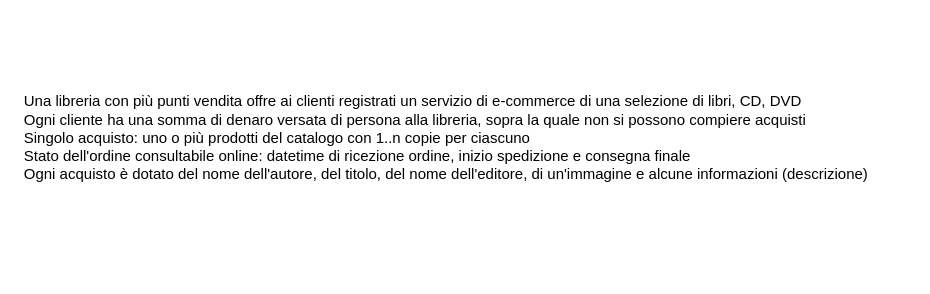
The draw.io diagram UML_ECommerce.drawio in gifede/UML_6_10_2026, before the edit. Source tidied: cells renumbered, new cells numbered last; positions are measured from the earlier drawing's top-left corner, leaving out a move shared by most shapes. Both pictures are drawn from the tidied source at 125%, with x=0, y=0 at pixel (21, 96).
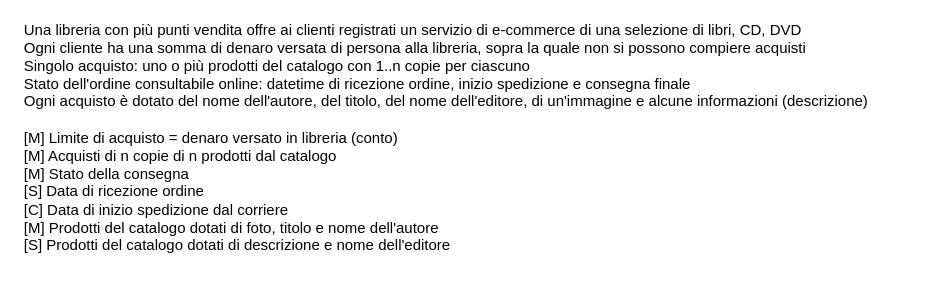
The same page after the edit.

Commit message:
Lista requisiti MoSCoW

Diff of the diagram source:
```diff
@@
 <mxGraphModel>
   <root>
     <mxCell id="0" />
     <mxCell id="1" parent="0" />
-    <mxCell id="2" value="&lt;div align=&quot;left&quot;&gt;Una libreria con più punti vendita offre ai clienti registrati un servizio di e-commerce di una selezione di libri, CD, DVD&lt;/div&gt;&lt;div align=&quot;left&quot;&gt;Ogni cliente ha una somma di denaro versata di persona alla libreria, sopra la quale non si possono compiere acquisti&lt;/div&gt;&lt;div align=&quot;left&quot;&gt;Singolo acquisto: uno o più prodotti del catalogo con 1..n copie per ciascuno&lt;/div&gt;&lt;div align=&quot;left&quot;&gt;Stato dell'ordine consultabile online: datetime di ricezione ordine, inizio spedizione e consegna finale&lt;/div&gt;&lt;div align=&quot;left&quot;&gt;Ogni acquisto è dotato del nome dell'autore, del titolo, del nome dell'editore, di un'immagine e alcune informazioni (descrizione)&lt;/div&gt;&lt;div align=&quot;left&quot;&gt;&lt;br&gt;&lt;/div&gt;" style="text;html=1;whiteSpace=wrap;strokeColor=none;fillColor=none;align=left;verticalAlign=middle;rounded=0;" parent="1" vertex="1">
+    <mxCell id="2" value="&lt;div align=&quot;left&quot;&gt;Una libreria con più punti vendita offre ai clienti registrati un servizio di e-commerce di una selezione di libri, CD, DVD&lt;/div&gt;&lt;div align=&quot;left&quot;&gt;Ogni cliente ha una somma di denaro versata di persona alla libreria, sopra la quale non si possono compiere acquisti&lt;/div&gt;&lt;div align=&quot;left&quot;&gt;Singolo acquisto: uno o più prodotti del catalogo con 1..n copie per ciascuno&lt;/div&gt;&lt;div align=&quot;left&quot;&gt;Stato dell'ordine consultabile online: datetime di ricezione ordine, inizio spedizione e consegna finale&lt;/div&gt;&lt;div align=&quot;left&quot;&gt;Ogni acquisto è dotato del nome dell'autore, del titolo, del nome dell'editore, di un'immagine e alcune informazioni (descrizione)&lt;/div&gt;&lt;div align=&quot;left&quot;&gt;&lt;br&gt;&lt;/div&gt;&lt;div align=&quot;left&quot;&gt;[M] Limite di acquisto = denaro versato in libreria (conto)&lt;/div&gt;&lt;div align=&quot;left&quot;&gt;[M] Acquisti di n copie di n prodotti dal catalogo&lt;/div&gt;&lt;div align=&quot;left&quot;&gt;[M] Stato della consegna&lt;/div&gt;&lt;div align=&quot;left&quot;&gt;[S] Data di ricezione ordine&lt;/div&gt;&lt;div align=&quot;left&quot;&gt;[C] Data di inizio spedizione dal corriere&lt;/div&gt;&lt;div align=&quot;left&quot;&gt;[M] Prodotti del catalogo dotati di foto, titolo e nome dell'autore&lt;/div&gt;&lt;div align=&quot;left&quot;&gt;[S]&amp;nbsp;Prodotti del catalogo dotati di descrizione e nome dell'editore&lt;/div&gt;&lt;div align=&quot;left&quot;&gt;&lt;br&gt;&lt;/div&gt;" style="text;html=1;whiteSpace=wrap;strokeColor=none;fillColor=none;align=left;verticalAlign=middle;rounded=0;" parent="1" vertex="1">
       <mxGeometry width="710" height="80" as="geometry" />
     </mxCell>
   </root>
 </mxGraphModel>
```
